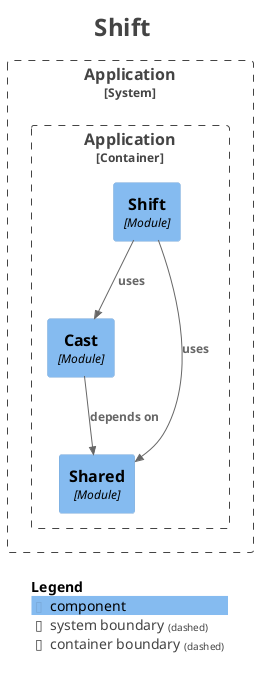
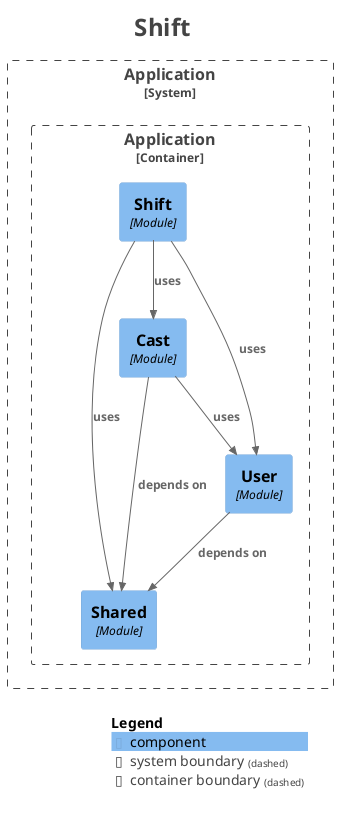
@startuml
title <size:24>Shift</size>

set separator none
top to bottom direction

<style>
  root {
    BackgroundColor: #ffffff
    FontColor: #444444
  }
</style>

!include <C4/C4>
!include <C4/C4_Context>
!include <C4/C4_Component>

System_Boundary("Application_boundary", "Application", $tags="") {
  Container_Boundary("Application.Application_boundary", "Application", $tags="") {
    Component(Application.Application.Cast, "Cast", $techn="Module", $descr="", $tags="", $link="")
    Component(Application.Application.Shift, "Shift", $techn="Module", $descr="", $tags="", $link="")
    Component(Application.Application.Shared, "Shared", $techn="Module", $descr="", $tags="", $link="")
+     Component(Application.Application.User, "User", $techn="Module", $descr="", $tags="", $link="")
  }

}

- Rel(Application.Application.Cast, Application.Application.Shared, "depends on", $techn="", $tags="", $link="")
+ Rel(Application.Application.Shift, Application.Application.User, "uses", $techn="", $tags="", $link="")
Rel(Application.Application.Shift, Application.Application.Cast, "uses", $techn="", $tags="", $link="")
Rel(Application.Application.Shift, Application.Application.Shared, "uses", $techn="", $tags="", $link="")
+ Rel(Application.Application.User, Application.Application.Shared, "depends on", $techn="", $tags="", $link="")
+ Rel(Application.Application.Cast, Application.Application.Shared, "depends on", $techn="", $tags="", $link="")
+ Rel(Application.Application.Cast, Application.Application.User, "uses", $techn="", $tags="", $link="")

SHOW_LEGEND(true)
hide stereotypes
@enduml